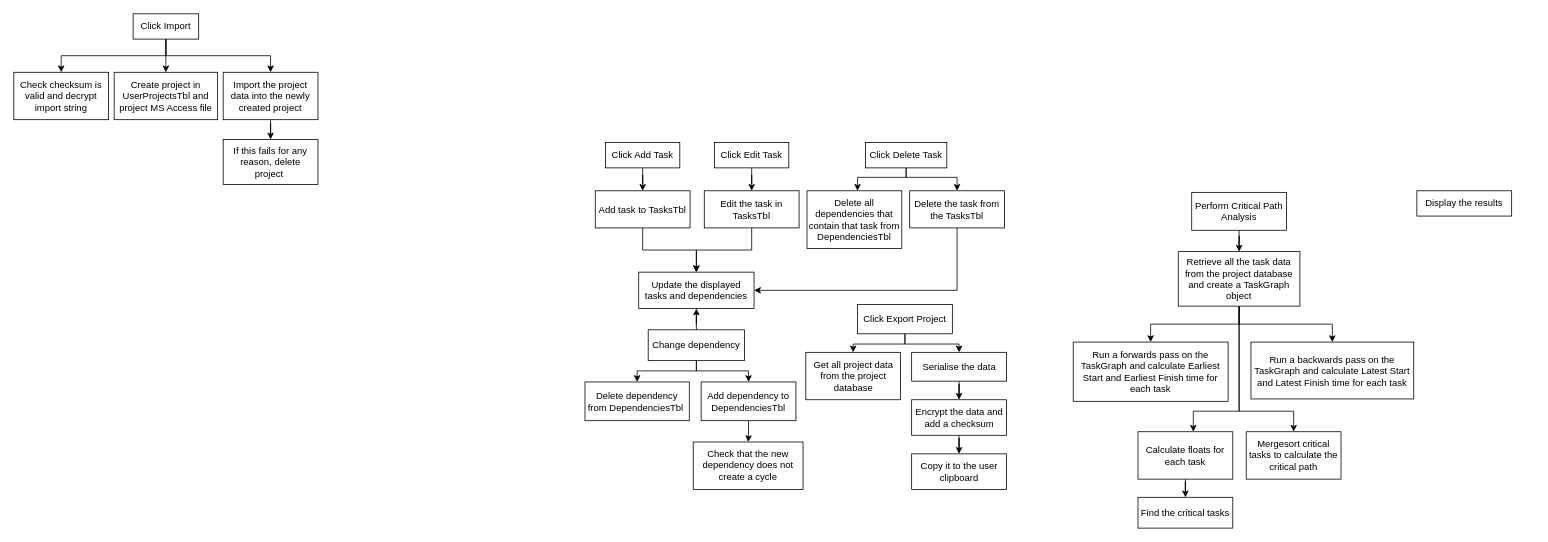
The draw.io diagram page "AbstractHeirarchyChart" (5 of 5) of Diagrams.drawio in Senacen/Critical-Path-Project-Manager-NEA-MS-Access, before the edit. Source tidied: cells renumbered, new cells numbered last; positions are measured from the earlier drawing's top-left corner, leaving out a move shared by most shapes. Both pictures are drawn from the tidied source at 79%, with x=0, y=0 at pixel (13, 13).
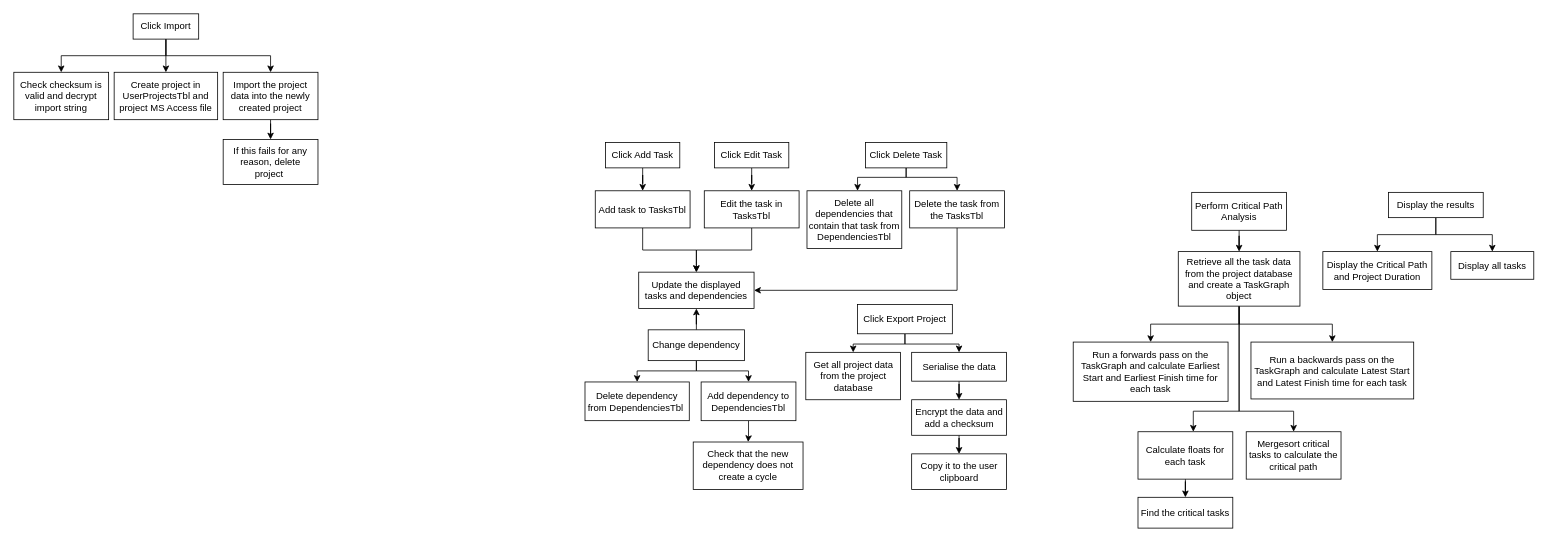
The same diagram, later.

Diff of the diagram source:
```diff
@@
+    <mxCell id="57" style="edgeStyle=orthogonalEdgeStyle;rounded=0;jettySize=auto;html=1;" parent="1" edge="1" source="56" target="59">
+      <mxGeometry relative="1" as="geometry" />
+    </mxCell>
+    <mxCell id="58" style="edgeStyle=orthogonalEdgeStyle;rounded=0;jettySize=auto;html=1;" parent="1" edge="1" source="56" target="60">
+      <mxGeometry relative="1" as="geometry" />
+    </mxCell>
     <mxCell id="56" value="Display the results" style="rounded=0;whiteSpace=wrap;html=1;" parent="1" vertex="1">
-      <mxGeometry x="1776" y="224" width="120" height="32" as="geometry" />
+      <mxGeometry x="1740" y="226" width="120" height="32" as="geometry" />
     </mxCell>
+    <mxCell id="59" value="Display the Critical Path and Project Duration" style="rounded=0;whiteSpace=wrap;html=1;" parent="1" vertex="1">
+      <mxGeometry x="1657" y="301" width="138" height="48" as="geometry" />
+    </mxCell>
+    <mxCell id="60" value="Display all tasks" style="rounded=0;whiteSpace=wrap;html=1;" parent="1" vertex="1">
+      <mxGeometry x="1819" y="301" width="105" height="35" as="geometry" />
+    </mxCell>
```
